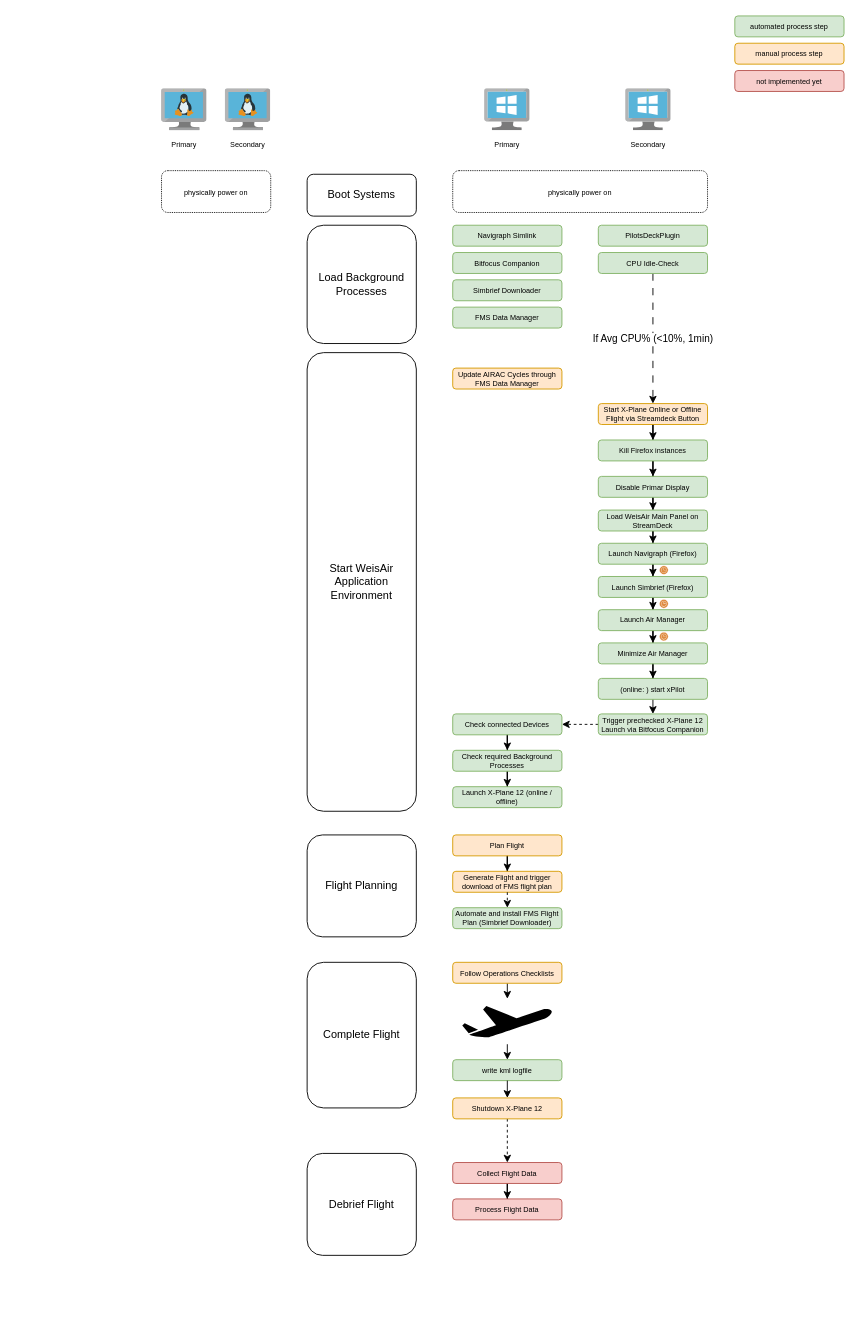
WeisAir/weisair keeps this draw.io diagram as page "Page-3" (3 of 3) of docs/diagrams/WeisAir_OpsFlow.drawio. Above is the earlier version. Source tidied: cells renumbered, new cells numbered last; positions are measured from the earlier drawing's top-left corner, leaving out a move shared by most shapes. Both pictures are drawn from the tidied source at 91%, with x=0, y=0 at pixel (161, 15).
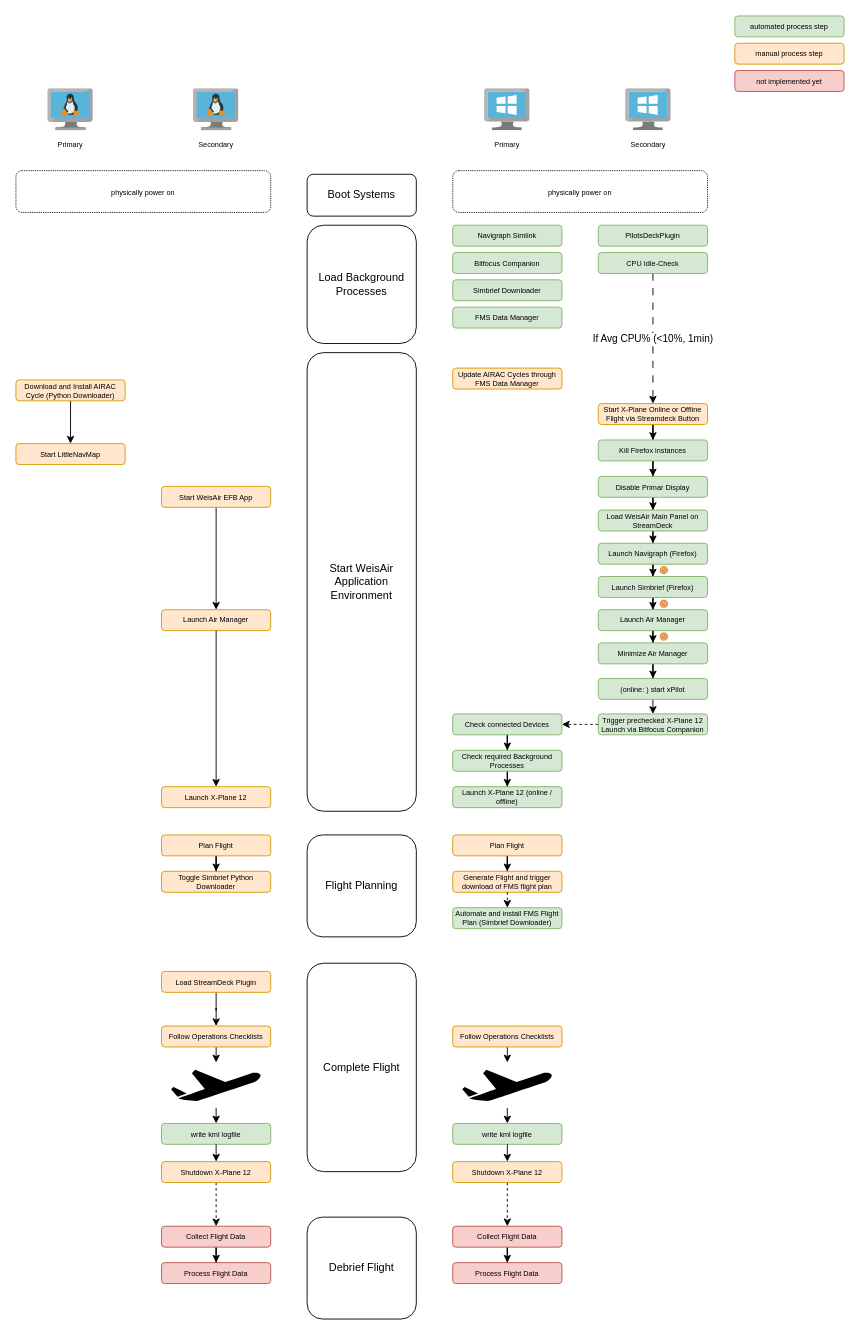
The same page after the edit.

Commit message (it also covers changes not shown here):
updated flow chart

What changed in the source:
```diff
@@
     <mxCell id="3" style="group;" parent="1" vertex="1">
-      <mxGeometry x="70" y="80" width="50" height="76" as="geometry" />
+      <mxGeometry x="35" y="80" width="50" height="76" as="geometry" />
     </mxCell>
@@
     <mxCell id="9" value="&lt;span style=&quot;color: rgb(0, 0, 0); font-family: Helvetica; font-size: 8px; font-style: normal; font-variant-ligatures: normal; font-variant-caps: normal; font-weight: 400; letter-spacing: normal; orphans: 2; text-indent: 0px; text-transform: none; widows: 2; word-spacing: 0px; -webkit-text-stroke-width: 0px; white-space: normal; text-decoration-thickness: initial; text-decoration-style: initial; text-decoration-color: initial; float: none; display: inline !important;&quot;&gt;physically power on&lt;/span&gt;" style="rounded=1;whiteSpace=wrap;html=1;labelBorderColor=none;dashed=1;dashPattern=1 1;align=center;spacingLeft=0;spacingTop=0;verticalAlign=middle;spacing=0;" parent="1" vertex="1">
-      <mxGeometry y="170" width="120" height="46" as="geometry" />
+      <mxGeometry x="-160" y="170" width="280" height="46" as="geometry" />
     </mxCell>
     <mxCell id="10" style="image;html=1;align=center;fontSize=12;image=img/lib/mscae/VM_Linux.svg;" parent="1" vertex="1">
-      <mxGeometry y="80" width="50" height="46" as="geometry" />
+      <mxGeometry x="-125" y="80" width="50" height="46" as="geometry" />
     </mxCell>
     <mxCell id="11" value="&lt;font style=&quot;font-size: 8px;&quot;&gt;Primary&lt;/font&gt;" style="text;strokeColor=none;fillColor=none;align=center;verticalAlign=middle;spacingLeft=4;spacingRight=4;overflow=hidden;whiteSpace=wrap;html=1;" parent="1" vertex="1">
-      <mxGeometry y="126" width="50" height="30" as="geometry" />
+      <mxGeometry x="-125" y="126" width="50" height="30" as="geometry" />
     </mxCell>
@@
     <mxCell id="62" value="Complete Flight" style="rounded=1;whiteSpace=wrap;html=1;" parent="1" vertex="1">
-      <mxGeometry x="160" y="1040" width="120" height="160" as="geometry" />
+      <mxGeometry x="160" y="1041" width="120" height="229" as="geometry" />
     </mxCell>
     <mxCell id="63" value="Debrief Flight" style="rounded=1;whiteSpace=wrap;html=1;" parent="1" vertex="1">
-      <mxGeometry x="160" y="1250" width="120" height="112" as="geometry" />
+      <mxGeometry x="160" y="1320" width="120" height="112" as="geometry" />
     </mxCell>
     <mxCell id="64" style="edgeStyle=orthogonalEdgeStyle;rounded=0;jettySize=auto;html=1;entryX=0.5;entryY=0;entryDx=0;entryDy=0;" parent="1" edge="1" target="71">
       <mxGeometry relative="1" as="geometry">
-        <mxPoint x="380" y="1130" as="sourcePoint" />
+        <mxPoint x="380" y="1200" as="sourcePoint" />
       </mxGeometry>
     </mxCell>
     <mxCell id="65" style="shape=mxgraph.signs.transportation.airplane_1;html=1;fillColor=#000000;strokeColor=none;verticalLabelPosition=bottom;verticalAlign=top;align=center;" parent="1" vertex="1">
-      <mxGeometry x="330.5" y="1088" width="99" height="35" as="geometry" />
+      <mxGeometry x="330.5" y="1158" width="99" height="35" as="geometry" />
     </mxCell>
@@
     <mxCell id="67" value="Collect Flight Data" style="rounded=1;whiteSpace=wrap;html=1;fontSize=8;fillColor=#f8cecc;strokeColor=#b85450;" parent="1" vertex="1">
-      <mxGeometry x="320" y="1260" width="120" height="23" as="geometry" />
+      <mxGeometry x="320" y="1330" width="120" height="23" as="geometry" />
     </mxCell>
@@
     <mxCell id="69" style="rounded=0;jettySize=auto;html=1;" parent="1" edge="1" source="70">
       <mxGeometry relative="1" as="geometry">
-        <mxPoint x="380" y="1080" as="targetPoint" />
+        <mxPoint x="380" y="1150" as="targetPoint" />
       </mxGeometry>
     </mxCell>
     <mxCell id="70" value="Follow Operations Checklists" style="rounded=1;whiteSpace=wrap;html=1;fontSize=8;fillColor=#ffe6cc;strokeColor=#d79b00;" parent="1" vertex="1">
-      <mxGeometry x="320" y="1040" width="120" height="23" as="geometry" />
+      <mxGeometry x="320" y="1110" width="120" height="23" as="geometry" />
     </mxCell>
     <mxCell id="71" value="write kml logfile" style="rounded=1;whiteSpace=wrap;html=1;fontSize=8;fillColor=#d5e8d4;strokeColor=#82b366;" parent="1" vertex="1">
-      <mxGeometry x="320" y="1147" width="120" height="23" as="geometry" />
+      <mxGeometry x="320" y="1217" width="120" height="23" as="geometry" />
     </mxCell>
@@
     <mxCell id="73" value="Shutdown X-Plane 12" style="rounded=1;whiteSpace=wrap;html=1;fontSize=8;fillColor=#ffe6cc;strokeColor=#d79b00;" parent="1" vertex="1">
-      <mxGeometry x="320" y="1189" width="120" height="23" as="geometry" />
+      <mxGeometry x="320" y="1259" width="120" height="23" as="geometry" />
     </mxCell>
@@
     <mxCell id="75" value="Process Flight Data" style="rounded=1;whiteSpace=wrap;html=1;fontSize=8;fillColor=#f8cecc;strokeColor=#b85450;" parent="1" vertex="1">
-      <mxGeometry x="320" y="1300" width="120" height="23" as="geometry" />
+      <mxGeometry x="320" y="1370" width="120" height="23" as="geometry" />
     </mxCell>
+    <mxCell id="76" style="edgeStyle=orthogonalEdgeStyle;rounded=0;jettySize=auto;html=1;entryX=0.5;entryY=0;entryDx=0;entryDy=0;" parent="1" edge="1" source="77" target="79">
+      <mxGeometry relative="1" as="geometry" />
+    </mxCell>
+    <mxCell id="77" value="Start WeisAir EFB App" style="rounded=1;whiteSpace=wrap;html=1;fontSize=8;fillColor=#ffe6cc;strokeColor=#d79b00;" parent="1" vertex="1">
+      <mxGeometry y="517" width="120" height="23" as="geometry" />
+    </mxCell>
+    <mxCell id="78" value="Launch X-Plane 12" style="rounded=1;whiteSpace=wrap;html=1;fontSize=8;fillColor=#ffe6cc;strokeColor=#d79b00;" parent="1" vertex="1">
+      <mxGeometry y="847" width="120" height="23" as="geometry" />
+    </mxCell>
+    <mxCell id="79" value="Launch Air Manager" style="rounded=1;whiteSpace=wrap;html=1;fontSize=8;fillColor=#ffe6cc;strokeColor=#d79b00;" parent="1" vertex="1">
+      <mxGeometry y="652.5" width="120" height="23" as="geometry" />
+    </mxCell>
+    <mxCell id="80" style="edgeStyle=orthogonalEdgeStyle;rounded=0;jettySize=auto;html=1;entryX=0.5;entryY=0;entryDx=0;entryDy=0;" parent="1" edge="1" source="81" target="85">
+      <mxGeometry relative="1" as="geometry" />
+    </mxCell>
+    <mxCell id="81" value="Load StreamDeck Plugin" style="rounded=1;whiteSpace=wrap;html=1;fontSize=8;fillColor=#ffe6cc;strokeColor=#d79b00;" parent="1" vertex="1">
+      <mxGeometry y="1050" width="120" height="23" as="geometry" />
+    </mxCell>
+    <mxCell id="82" style="edgeStyle=orthogonalEdgeStyle;rounded=0;jettySize=auto;html=1;entryX=0.5;entryY=0;entryDx=0;entryDy=0;" parent="1" edge="1" target="86">
+      <mxGeometry relative="1" as="geometry">
+        <mxPoint x="60" y="1200" as="sourcePoint" />
+      </mxGeometry>
+    </mxCell>
+    <mxCell id="83" style="shape=mxgraph.signs.transportation.airplane_1;html=1;fillColor=#000000;strokeColor=none;verticalLabelPosition=bottom;verticalAlign=top;align=center;" parent="1" vertex="1">
+      <mxGeometry x="10.5" y="1158" width="99" height="35" as="geometry" />
+    </mxCell>
+    <mxCell id="84" style="rounded=0;jettySize=auto;html=1;" parent="1" edge="1" source="85">
+      <mxGeometry relative="1" as="geometry">
+        <mxPoint x="60" y="1150" as="targetPoint" />
+      </mxGeometry>
+    </mxCell>
+    <mxCell id="85" value="Follow Operations Checklists" style="rounded=1;whiteSpace=wrap;html=1;fontSize=8;fillColor=#ffe6cc;strokeColor=#d79b00;" parent="1" vertex="1">
+      <mxGeometry y="1110" width="120" height="23" as="geometry" />
+    </mxCell>
+    <mxCell id="86" value="write kml logfile" style="rounded=1;whiteSpace=wrap;html=1;fontSize=8;fillColor=#d5e8d4;strokeColor=#82b366;" parent="1" vertex="1">
+      <mxGeometry y="1217" width="120" height="23" as="geometry" />
+    </mxCell>
+    <mxCell id="87" style="edgeStyle=orthogonalEdgeStyle;rounded=0;jettySize=auto;html=1;entryX=0.5;entryY=0;entryDx=0;entryDy=0;dashed=1;" parent="1" edge="1" source="88" target="96">
+      <mxGeometry relative="1" as="geometry" />
+    </mxCell>
+    <mxCell id="88" value="Shutdown X-Plane 12" style="rounded=1;whiteSpace=wrap;html=1;fontSize=8;fillColor=#ffe6cc;strokeColor=#d79b00;" parent="1" vertex="1">
+      <mxGeometry y="1259" width="120" height="23" as="geometry" />
+    </mxCell>
+    <mxCell id="89" style="rounded=0;jettySize=auto;html=1;entryX=0.5;entryY=0;entryDx=0;entryDy=0;" parent="1" edge="1" source="86" target="88">
+      <mxGeometry relative="1" as="geometry" />
+    </mxCell>
+    <mxCell id="90" style="edgeStyle=orthogonalEdgeStyle;rounded=0;jettySize=auto;html=1;entryX=0.5;entryY=0;entryDx=0;entryDy=0;" parent="1" edge="1" source="91" target="92">
+      <mxGeometry relative="1" as="geometry" />
+    </mxCell>
+    <mxCell id="91" value="Plan Flight" style="rounded=1;whiteSpace=wrap;html=1;fontSize=8;fillColor=#ffe6cc;strokeColor=#d79b00;" parent="1" vertex="1">
+      <mxGeometry y="900" width="120" height="23" as="geometry" />
+    </mxCell>
+    <mxCell id="92" value="Toggle Simbrief Python Downloader" style="rounded=1;whiteSpace=wrap;html=1;fontSize=8;fillColor=#ffe6cc;strokeColor=#d79b00;" parent="1" vertex="1">
+      <mxGeometry y="940" width="120" height="23" as="geometry" />
+    </mxCell>
+    <mxCell id="93" style="edgeStyle=orthogonalEdgeStyle;rounded=0;jettySize=auto;html=1;entryX=0.5;entryY=0;entryDx=0;entryDy=0;" parent="1" edge="1" source="94" target="99">
+      <mxGeometry relative="1" as="geometry" />
+    </mxCell>
+    <mxCell id="94" value="Download and Install AIRAC Cycle (Python Downloader)" style="rounded=1;whiteSpace=wrap;html=1;fontSize=8;fillColor=#ffe6cc;strokeColor=#d79b00;" parent="1" vertex="1">
+      <mxGeometry x="-160" y="400" width="120" height="23" as="geometry" />
+    </mxCell>
+    <mxCell id="95" style="edgeStyle=orthogonalEdgeStyle;rounded=0;jettySize=auto;html=1;entryX=0.5;entryY=0;entryDx=0;entryDy=0;" parent="1" edge="1" source="96" target="97">
+      <mxGeometry relative="1" as="geometry" />
+    </mxCell>
+    <mxCell id="96" value="Collect Flight Data" style="rounded=1;whiteSpace=wrap;html=1;fontSize=8;fillColor=#f8cecc;strokeColor=#b85450;" parent="1" vertex="1">
+      <mxGeometry y="1330" width="120" height="23" as="geometry" />
+    </mxCell>
+    <mxCell id="97" value="Process Flight Data" style="rounded=1;whiteSpace=wrap;html=1;fontSize=8;fillColor=#f8cecc;strokeColor=#b85450;" parent="1" vertex="1">
+      <mxGeometry y="1370" width="120" height="23" as="geometry" />
+    </mxCell>
+    <mxCell id="98" style="edgeStyle=orthogonalEdgeStyle;rounded=0;jettySize=auto;html=1;entryX=0.5;entryY=0;entryDx=0;entryDy=0;exitX=0.5;exitY=1;exitDx=0;exitDy=0;" parent="1" edge="1" source="79" target="78">
+      <mxGeometry relative="1" as="geometry" />
+    </mxCell>
+    <mxCell id="99" value="Start LittleNavMap" style="rounded=1;whiteSpace=wrap;html=1;fontSize=8;fillColor=#ffe6cc;strokeColor=#d79b00;" parent="1" vertex="1">
+      <mxGeometry x="-160" y="470" width="120" height="23" as="geometry" />
+    </mxCell>
```
